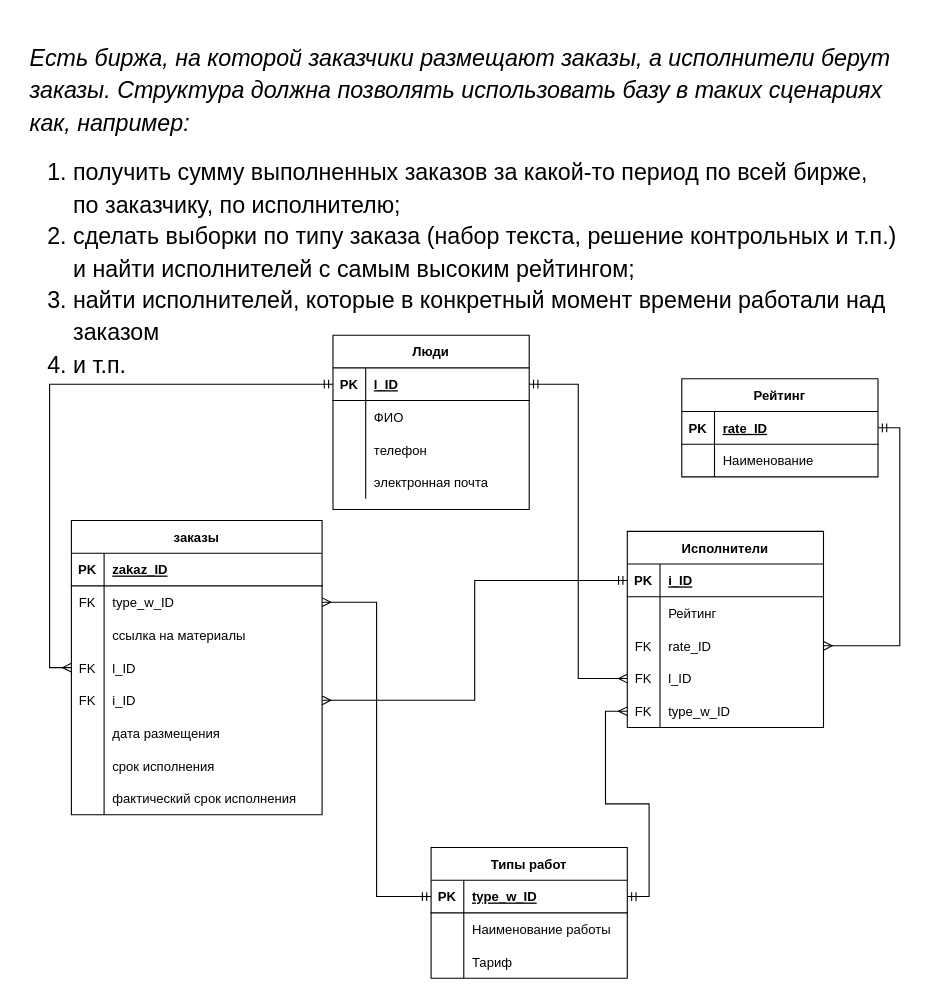
CovChEGG/BD keeps this draw.io diagram as Frilance.drawio. Above is the earlier version. Source tidied: cells renumbered, new cells numbered last; positions are measured from the earlier drawing's top-left corner, leaving out a move shared by most shapes. Both pictures are drawn from the tidied source at 109%, with x=0, y=0 at pixel (27, 19).
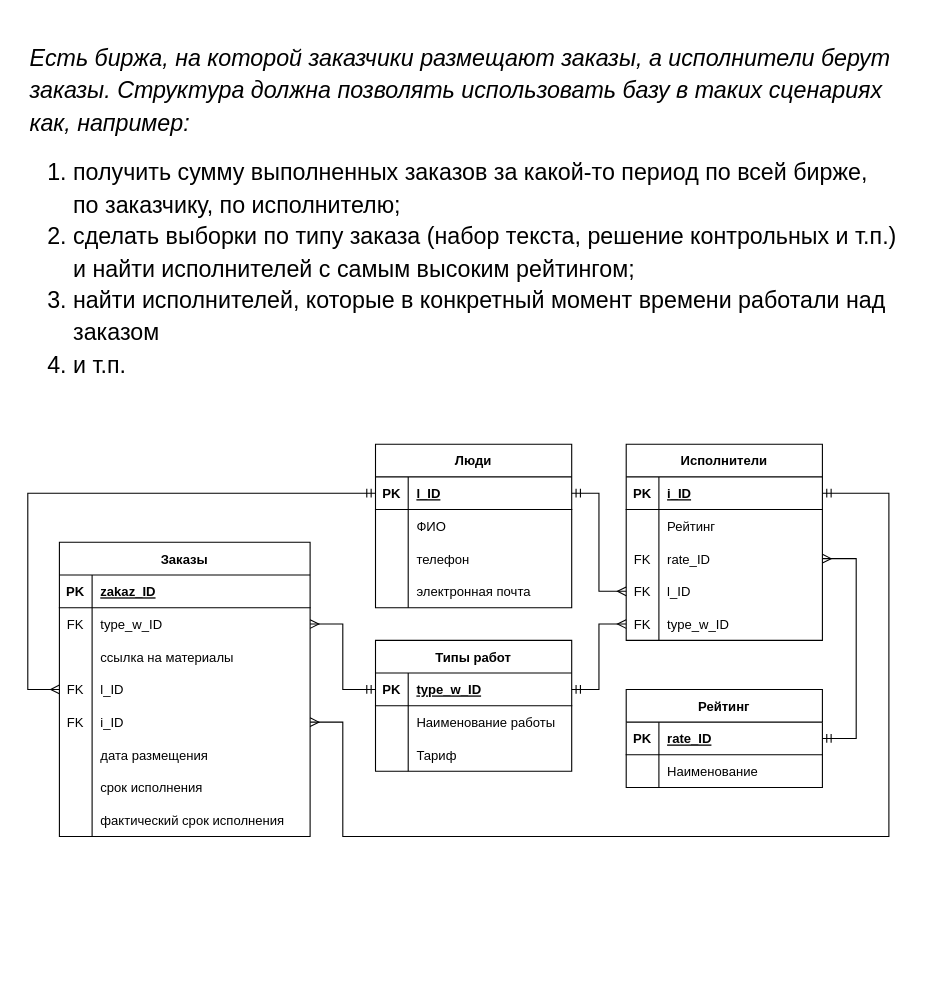
The same page after the edit.

Unchanged cells that the change refers to:
```xml
<mxCell id="13" style="shape=tableRow;horizontal=0;startSize=0;swimlaneHead=0;swimlaneBody=0;fillColor=none;points=[[0,0.5],[1,0.5]];portConstraint=eastwest;top=0;left=0;right=0;bottom=0;" parent="3" vertex="1">
  <mxGeometry y="120" width="230" height="30" as="geometry" />
</mxCell>
<mxCell id="16" style="shape=tableRow;horizontal=0;startSize=0;swimlaneHead=0;swimlaneBody=0;fillColor=none;points=[[0,0.5],[1,0.5]];portConstraint=eastwest;top=0;left=0;right=0;bottom=0;" parent="3" vertex="1">
  <mxGeometry y="150" width="230" height="30" as="geometry" />
</mxCell>
<mxCell id="29" style="shape=tableRow;horizontal=0;startSize=0;swimlaneHead=0;swimlaneBody=0;fillColor=none;points=[[0,0.5],[1,0.5]];portConstraint=eastwest;top=0;left=0;right=0;bottom=1;" parent="28" vertex="1">
  <mxGeometry y="30" width="180" height="30" as="geometry" />
</mxCell>
<mxCell id="42" style="shape=tableRow;horizontal=0;startSize=0;swimlaneHead=0;swimlaneBody=0;fillColor=none;points=[[0,0.5],[1,0.5]];portConstraint=eastwest;top=0;left=0;right=0;bottom=1;" parent="41" vertex="1">
  <mxGeometry y="30" width="180" height="30" as="geometry" />
</mxCell>
<mxCell id="48" style="shape=tableRow;horizontal=0;startSize=0;swimlaneHead=0;swimlaneBody=0;fillColor=none;points=[[0,0.5],[1,0.5]];portConstraint=eastwest;top=0;left=0;right=0;bottom=0;" parent="41" vertex="1">
  <mxGeometry y="90" width="180" height="30" as="geometry" />
</mxCell>
<mxCell id="58" style="shape=tableRow;horizontal=0;startSize=0;swimlaneHead=0;swimlaneBody=0;fillColor=none;points=[[0,0.5],[1,0.5]];portConstraint=eastwest;top=0;left=0;right=0;bottom=1;" parent="57" vertex="1">
  <mxGeometry y="30" width="180" height="30" as="geometry" />
</mxCell>
```

What changed in the source:
```diff
@@
-    <mxCell id="3" value="заказы" style="shape=table;startSize=30;childLayout=tableLayout;rowLines=0;fontStyle=1;align=center;" parent="1" vertex="1">
-      <mxGeometry x="40" y="460" width="230" height="270" as="geometry" />
+    <mxCell id="3" value="Заказы" style="shape=table;startSize=30;childLayout=tableLayout;rowLines=0;fontStyle=1;align=center;" parent="1" vertex="1">
+      <mxGeometry x="29" y="480" width="230" height="270" as="geometry" />
     </mxCell>
@@
     <mxCell id="28" value="Люди" style="shape=table;startSize=30;childLayout=tableLayout;rowLines=0;fontStyle=1;align=center;" parent="1" vertex="1">
-      <mxGeometry x="280" y="290" width="180" height="160" as="geometry" />
+      <mxGeometry x="319" y="390" width="180" height="150" as="geometry" />
     </mxCell>
@@
     <mxCell id="41" value="Исполнители" style="shape=table;startSize=30;childLayout=tableLayout;rowLines=0;fontStyle=1;align=center;" parent="1" vertex="1">
-      <mxGeometry x="550" y="470" width="180" height="180" as="geometry" />
+      <mxGeometry x="549" y="390" width="180" height="180" as="geometry" />
     </mxCell>
@@
     <mxCell id="57" value="Рейтинг" style="shape=table;startSize=30;childLayout=tableLayout;rowLines=0;fontStyle=1;align=center;" parent="1" vertex="1">
-      <mxGeometry x="600" y="330" width="180" height="90" as="geometry" />
+      <mxGeometry x="549" y="615" width="180" height="90" as="geometry" />
     </mxCell>
@@
     <mxCell id="64" value="Типы работ" style="shape=table;startSize=30;childLayout=tableLayout;rowLines=0;fontStyle=1;align=center;" parent="1" vertex="1">
-      <mxGeometry x="370" y="760" width="180" height="120" as="geometry" />
+      <mxGeometry x="319" y="570" width="180" height="120" as="geometry" />
     </mxCell>
@@
     <mxCell id="77" style="edgeStyle=orthogonalEdgeStyle;rounded=0;jettySize=auto;html=1;exitX=0;exitY=0.5;exitDx=0;exitDy=0;entryX=0;entryY=0.5;entryDx=0;entryDy=0;startArrow=ERmandOne;startFill=0;endArrow=ERmany;endFill=0;" parent="1" edge="1" source="29" target="13">
-      <mxGeometry relative="1" as="geometry" />
+      <mxGeometry relative="1" as="geometry">
+        <Array as="points">
+          <mxPoint y="435" />
+          <mxPoint y="615" />
+        </Array>
+      </mxGeometry>
     </mxCell>
     <mxCell id="78" style="edgeStyle=orthogonalEdgeStyle;rounded=0;jettySize=auto;html=1;exitX=1;exitY=0.5;exitDx=0;exitDy=0;entryX=1;entryY=0.5;entryDx=0;entryDy=0;startArrow=ERmandOne;startFill=0;endArrow=ERmany;endFill=0;" parent="1" edge="1" source="58" target="48">
-      <mxGeometry relative="1" as="geometry" />
+      <mxGeometry relative="1" as="geometry">
+        <Array as="points">
+          <mxPoint x="760" y="660" />
+          <mxPoint x="760" y="495" />
+        </Array>
+      </mxGeometry>
     </mxCell>
-    <mxCell id="79" style="edgeStyle=orthogonalEdgeStyle;rounded=0;jettySize=auto;html=1;exitX=0;exitY=0.5;exitDx=0;exitDy=0;entryX=1;entryY=0.5;entryDx=0;entryDy=0;startArrow=ERmandOne;startFill=0;endArrow=ERmany;endFill=0;" parent="1" edge="1" source="42" target="16">
-      <mxGeometry relative="1" as="geometry" />
+    <mxCell id="79" style="edgeStyle=orthogonalEdgeStyle;rounded=0;jettySize=auto;html=1;exitX=1;exitY=0.5;exitDx=0;exitDy=0;entryX=1;entryY=0.5;entryDx=0;entryDy=0;startArrow=ERmandOne;startFill=0;endArrow=ERmany;endFill=0;" parent="1" edge="1" source="42" target="16">
+      <mxGeometry relative="1" as="geometry">
+        <Array as="points">
+          <mxPoint x="790" y="435" />
+          <mxPoint x="790" y="750" />
+          <mxPoint x="289" y="750" />
+          <mxPoint x="289" y="645" />
+        </Array>
+      </mxGeometry>
     </mxCell>
```
